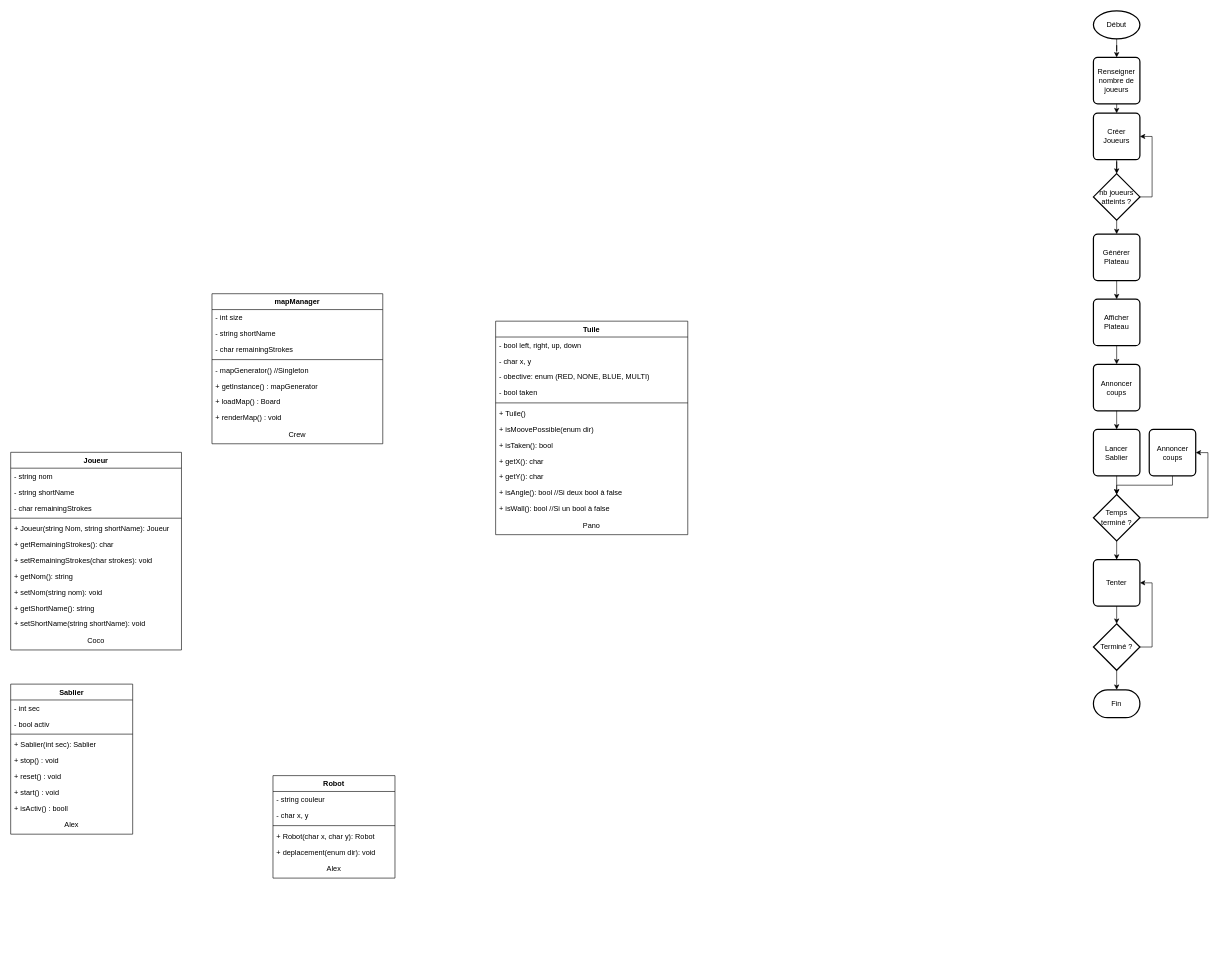
Earlier version of the draw.io diagram ClassDiagram.drawio (ECN-SEC-SMP/tp-note-2023-ricocheh). Source tidied: cells renumbered, new cells numbered last; positions are measured from the earlier drawing's top-left corner, leaving out a move shared by most shapes. Both pictures are drawn from the tidied source at 61%, with x=0, y=0 at pixel (10, 10).
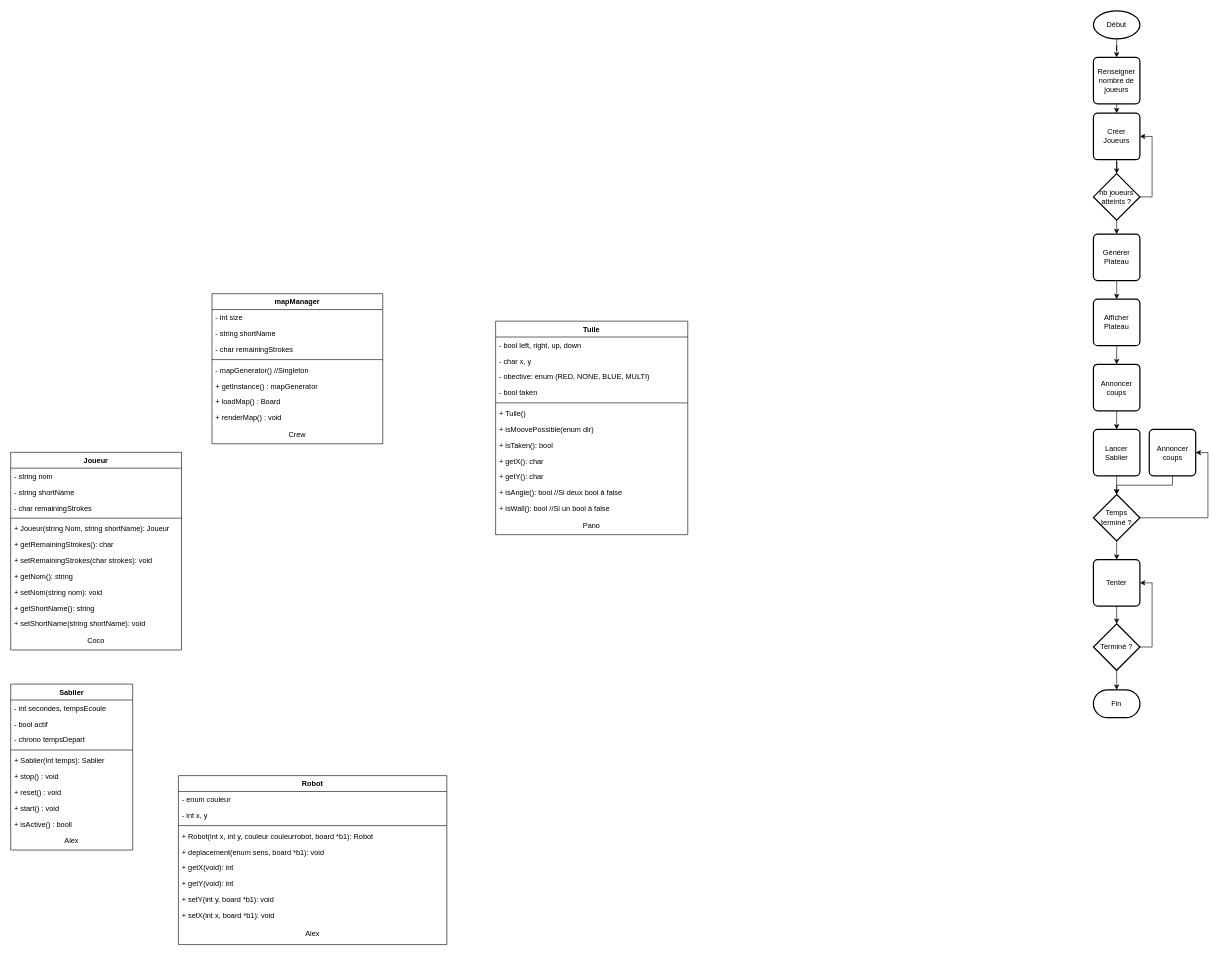
The same diagram, later.

Commit message:
maj diagramme de classe sablier et robot

Change to the diagram source:
```diff
@@
     <mxCell id="2" value="Robot" style="swimlane;fontStyle=1;align=center;verticalAlign=top;horizontal=1;startSize=26;" parent="1" vertex="1">
-      <mxGeometry x="430" y="1254" width="200" height="168" as="geometry" />
+      <mxGeometry x="275" y="1254" width="440" height="277" as="geometry" />
     </mxCell>
-    <mxCell id="3" value="- string couleur&#10;" style="text;strokeColor=none;fillColor=none;align=left;verticalAlign=top;spacingLeft=4;spacingRight=4;overflow=hidden;" parent="2" vertex="1">
-      <mxGeometry y="26" width="200" height="26" as="geometry" />
+    <mxCell id="3" value="- enum couleur&#10;" style="text;strokeColor=none;fillColor=none;align=left;verticalAlign=top;spacingLeft=4;spacingRight=4;overflow=hidden;" parent="2" vertex="1">
+      <mxGeometry y="26" width="440" height="26" as="geometry" />
     </mxCell>
-    <mxCell id="4" value="- char x, y" style="text;strokeColor=none;fillColor=none;align=left;verticalAlign=top;spacingLeft=4;spacingRight=4;overflow=hidden;" parent="2" vertex="1">
-      <mxGeometry y="52" width="200" height="26" as="geometry" />
+    <mxCell id="4" value="- int x, y" style="text;strokeColor=none;fillColor=none;align=left;verticalAlign=top;spacingLeft=4;spacingRight=4;overflow=hidden;" parent="2" vertex="1">
+      <mxGeometry y="52" width="440" height="26" as="geometry" />
     </mxCell>
     <mxCell id="5" style="line;strokeWidth=1;fillColor=none;align=left;verticalAlign=middle;spacingTop=-1;spacingLeft=3;spacingRight=3;labelPosition=right;strokeColor=inherit;" parent="2" vertex="1">
-      <mxGeometry y="78" width="200" height="8" as="geometry" />
+      <mxGeometry y="78" width="440" height="8" as="geometry" />
     </mxCell>
-    <mxCell id="6" value="+ Robot(char x, char y): Robot" style="text;strokeColor=none;fillColor=none;align=left;verticalAlign=top;spacingLeft=4;spacingRight=4;overflow=hidden;" parent="2" vertex="1">
-      <mxGeometry y="86" width="200" height="26" as="geometry" />
+    <mxCell id="6" value="+ Robot(int x, int y, couleur couleurrobot, board *b1): Robot" style="text;strokeColor=none;fillColor=none;align=left;verticalAlign=top;spacingLeft=4;spacingRight=4;overflow=hidden;" parent="2" vertex="1">
+      <mxGeometry y="86" width="440" height="26" as="geometry" />
     </mxCell>
-    <mxCell id="7" value="+ deplacement(enum dir): void" style="text;strokeColor=none;fillColor=none;align=left;verticalAlign=top;spacingLeft=4;spacingRight=4;overflow=hidden;" parent="2" vertex="1">
-      <mxGeometry y="112" width="200" height="26" as="geometry" />
+    <mxCell id="7" value="+ deplacement(enum sens, board *b1): void" style="text;strokeColor=none;fillColor=none;align=left;verticalAlign=top;spacingLeft=4;spacingRight=4;overflow=hidden;" parent="2" vertex="1">
+      <mxGeometry y="112" width="440" height="26" as="geometry" />
     </mxCell>
+    <mxCell id="85" value="+ getX(void): int" style="text;strokeColor=none;fillColor=none;align=left;verticalAlign=top;spacingLeft=4;spacingRight=4;overflow=hidden;" parent="2" vertex="1">
+      <mxGeometry y="138" width="440" height="26" as="geometry" />
+    </mxCell>
+    <mxCell id="86" value="+ getY(void): int" style="text;strokeColor=none;fillColor=none;align=left;verticalAlign=top;spacingLeft=4;spacingRight=4;overflow=hidden;" parent="2" vertex="1">
+      <mxGeometry y="164" width="440" height="26" as="geometry" />
+    </mxCell>
+    <mxCell id="87" value="+ setY(int y, board *b1): void" style="text;strokeColor=none;fillColor=none;align=left;verticalAlign=top;spacingLeft=4;spacingRight=4;overflow=hidden;" parent="2" vertex="1">
+      <mxGeometry y="190" width="440" height="26" as="geometry" />
+    </mxCell>
+    <mxCell id="88" value="+ setX(int x, board *b1): void" style="text;strokeColor=none;fillColor=none;align=left;verticalAlign=top;spacingLeft=4;spacingRight=4;overflow=hidden;" parent="2" vertex="1">
+      <mxGeometry y="216" width="440" height="26" as="geometry" />
+    </mxCell>
     <mxCell id="8" value="Alex" style="text;html=1;strokeColor=none;fillColor=none;align=center;verticalAlign=middle;whiteSpace=wrap;rounded=0;" parent="2" vertex="1">
-      <mxGeometry y="138" width="200" height="30" as="geometry" />
+      <mxGeometry y="242" width="440" height="35" as="geometry" />
     </mxCell>
     <mxCell id="9" value="Sablier" style="swimlane;fontStyle=1;align=center;verticalAlign=top;horizontal=1;startSize=26;" parent="1" vertex="1">
-      <mxGeometry y="1104" width="200" height="246" as="geometry" />
+      <mxGeometry y="1104" width="200" height="272" as="geometry" />
     </mxCell>
-    <mxCell id="10" value="- int sec&#10;" style="text;strokeColor=none;fillColor=none;align=left;verticalAlign=top;spacingLeft=4;spacingRight=4;overflow=hidden;" parent="9" vertex="1">
+    <mxCell id="10" value="- int secondes, tempsEcoule&#10;" style="text;strokeColor=none;fillColor=none;align=left;verticalAlign=top;spacingLeft=4;spacingRight=4;overflow=hidden;" parent="9" vertex="1">
       <mxGeometry y="26" width="200" height="26" as="geometry" />
     </mxCell>
-    <mxCell id="11" value="- bool activ" style="text;strokeColor=none;fillColor=none;align=left;verticalAlign=top;spacingLeft=4;spacingRight=4;overflow=hidden;" parent="9" vertex="1">
+    <mxCell id="11" value="- bool actif" style="text;strokeColor=none;fillColor=none;align=left;verticalAlign=top;spacingLeft=4;spacingRight=4;overflow=hidden;" parent="9" vertex="1">
       <mxGeometry y="52" width="200" height="26" as="geometry" />
     </mxCell>
+    <mxCell id="89" value="- chrono tempsDepart" style="text;strokeColor=none;fillColor=none;align=left;verticalAlign=top;spacingLeft=4;spacingRight=4;overflow=hidden;" parent="9" vertex="1">
+      <mxGeometry y="78" width="200" height="26" as="geometry" />
+    </mxCell>
     <mxCell id="12" style="line;strokeWidth=1;fillColor=none;align=left;verticalAlign=middle;spacingTop=-1;spacingLeft=3;spacingRight=3;labelPosition=right;strokeColor=inherit;" parent="9" vertex="1">
-      <mxGeometry y="78" width="200" height="8" as="geometry" />
+      <mxGeometry y="104" width="200" height="8" as="geometry" />
     </mxCell>
-    <mxCell id="13" value="+ Sablier(int sec): Sablier" style="text;strokeColor=none;fillColor=none;align=left;verticalAlign=top;spacingLeft=4;spacingRight=4;overflow=hidden;" parent="9" vertex="1">
-      <mxGeometry y="86" width="200" height="26" as="geometry" />
+    <mxCell id="13" value="+ Sablier(int temps): Sablier" style="text;strokeColor=none;fillColor=none;align=left;verticalAlign=top;spacingLeft=4;spacingRight=4;overflow=hidden;" parent="9" vertex="1">
+      <mxGeometry y="112" width="200" height="26" as="geometry" />
     </mxCell>
     <mxCell id="14" value="+ stop() : void" style="text;strokeColor=none;fillColor=none;align=left;verticalAlign=top;spacingLeft=4;spacingRight=4;overflow=hidden;" parent="9" vertex="1">
-      <mxGeometry y="112" width="200" height="26" as="geometry" />
+      <mxGeometry y="138" width="200" height="26" as="geometry" />
     </mxCell>
     <mxCell id="15" value="+ reset() : void" style="text;strokeColor=none;fillColor=none;align=left;verticalAlign=top;spacingLeft=4;spacingRight=4;overflow=hidden;" parent="9" vertex="1">
-      <mxGeometry y="138" width="200" height="26" as="geometry" />
+      <mxGeometry y="164" width="200" height="26" as="geometry" />
     </mxCell>
     <mxCell id="16" value="+ start() : void" style="text;strokeColor=none;fillColor=none;align=left;verticalAlign=top;spacingLeft=4;spacingRight=4;overflow=hidden;" parent="9" vertex="1">
-      <mxGeometry y="164" width="200" height="26" as="geometry" />
+      <mxGeometry y="190" width="200" height="26" as="geometry" />
     </mxCell>
-    <mxCell id="17" value="+ isActiv() : booll" style="text;strokeColor=none;fillColor=none;align=left;verticalAlign=top;spacingLeft=4;spacingRight=4;overflow=hidden;" parent="9" vertex="1">
-      <mxGeometry y="190" width="200" height="26" as="geometry" />
+    <mxCell id="17" value="+ isActive() : booll" style="text;strokeColor=none;fillColor=none;align=left;verticalAlign=top;spacingLeft=4;spacingRight=4;overflow=hidden;" parent="9" vertex="1">
+      <mxGeometry y="216" width="200" height="26" as="geometry" />
     </mxCell>
     <mxCell id="18" value="Alex" style="text;html=1;strokeColor=none;fillColor=none;align=center;verticalAlign=middle;whiteSpace=wrap;rounded=0;" parent="9" vertex="1">
-      <mxGeometry y="216" width="200" height="30" as="geometry" />
+      <mxGeometry y="242" width="200" height="30" as="geometry" />
     </mxCell>
```
